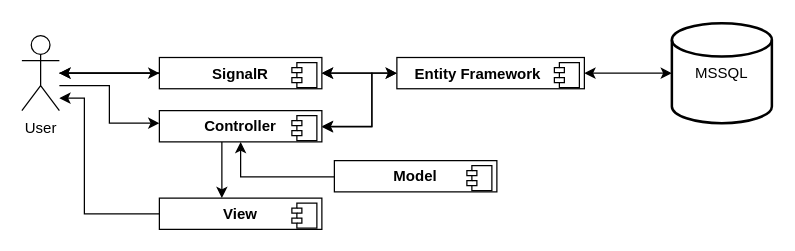
The draw.io diagram documentation/ComponentDiagram.drawio in mandelbulber/M426_TicTacToe, before the edit. Source tidied: cells renumbered, new cells numbered last; positions are measured from the earlier drawing's top-left corner, leaving out a move shared by most shapes. Both pictures are drawn from the tidied source at 125%, with x=0, y=0 at pixel (21, 22).
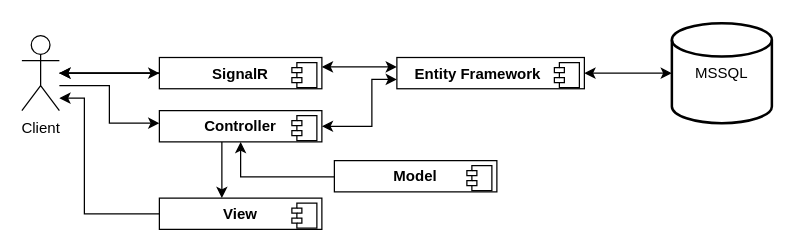
The same diagram, later.

The change refers to these unchanged cells:
```xml
<mxCell id="9" value="&lt;p style=&quot;margin: 0px ; margin-top: 6px ; text-align: center&quot;&gt;&lt;b&gt;SignalR&lt;/b&gt;&lt;/p&gt;" style="align=left;overflow=fill;html=1;" parent="1" vertex="1">
  <mxGeometry x="110" y="27.5" width="130" height="25" as="geometry" />
</mxCell>
<mxCell id="15" value="&lt;p style=&quot;margin: 0px ; margin-top: 6px ; text-align: center&quot;&gt;&lt;b&gt;Controller&lt;/b&gt;&lt;/p&gt;" style="align=left;overflow=fill;html=1;" parent="1" vertex="1">
  <mxGeometry x="110" y="70" width="130" height="25" as="geometry" />
</mxCell>
<mxCell id="22" value="&lt;p style=&quot;margin: 0px ; margin-top: 6px ; text-align: center&quot;&gt;&lt;b&gt;Entity Framework&amp;nbsp; &amp;nbsp; &amp;nbsp;&amp;nbsp;&lt;/b&gt;&lt;/p&gt;" style="align=left;overflow=fill;html=1;" parent="1" vertex="1">
  <mxGeometry x="300" y="27.5" width="150" height="25" as="geometry" />
</mxCell>
```

Change to the diagram source:
```diff
@@
-    <mxCell id="4" value="User" style="shape=umlActor;verticalLabelPosition=bottom;verticalAlign=top;html=1;" parent="1" vertex="1">
+    <mxCell id="4" value="Client" style="shape=umlActor;verticalLabelPosition=bottom;verticalAlign=top;html=1;" parent="1" vertex="1">
       <mxGeometry y="10" width="30" height="60" as="geometry" />
     </mxCell>
     <mxCell id="5" style="edgeStyle=orthogonalEdgeStyle;rounded=0;jettySize=auto;html=1;startArrow=classic;startFill=1;" parent="1" edge="1" source="15" target="22">
       <mxGeometry relative="1" as="geometry">
         <Array as="points">
           <mxPoint x="280" y="83" />
-          <mxPoint x="280" y="40" />
+          <mxPoint x="280" y="45" />
         </Array>
       </mxGeometry>
     </mxCell>
@@
-    <mxCell id="8" style="edgeStyle=orthogonalEdgeStyle;rounded=0;jettySize=auto;html=1;startArrow=classic;startFill=1;" parent="1" edge="1" source="9" target="15">
-      <mxGeometry relative="1" as="geometry">
-        <Array as="points">
-          <mxPoint x="280" y="40" />
-          <mxPoint x="280" y="83" />
-        </Array>
-      </mxGeometry>
-    </mxCell>
@@
     <mxCell id="12" style="edgeStyle=orthogonalEdgeStyle;rounded=0;jettySize=auto;html=1;startArrow=classic;startFill=1;" parent="1" edge="1" source="9" target="22">
-      <mxGeometry relative="1" as="geometry" />
+      <mxGeometry relative="1" as="geometry">
+        <Array as="points">
+          <mxPoint x="266" y="35" />
+          <mxPoint x="266" y="35" />
+        </Array>
+      </mxGeometry>
     </mxCell>
```
